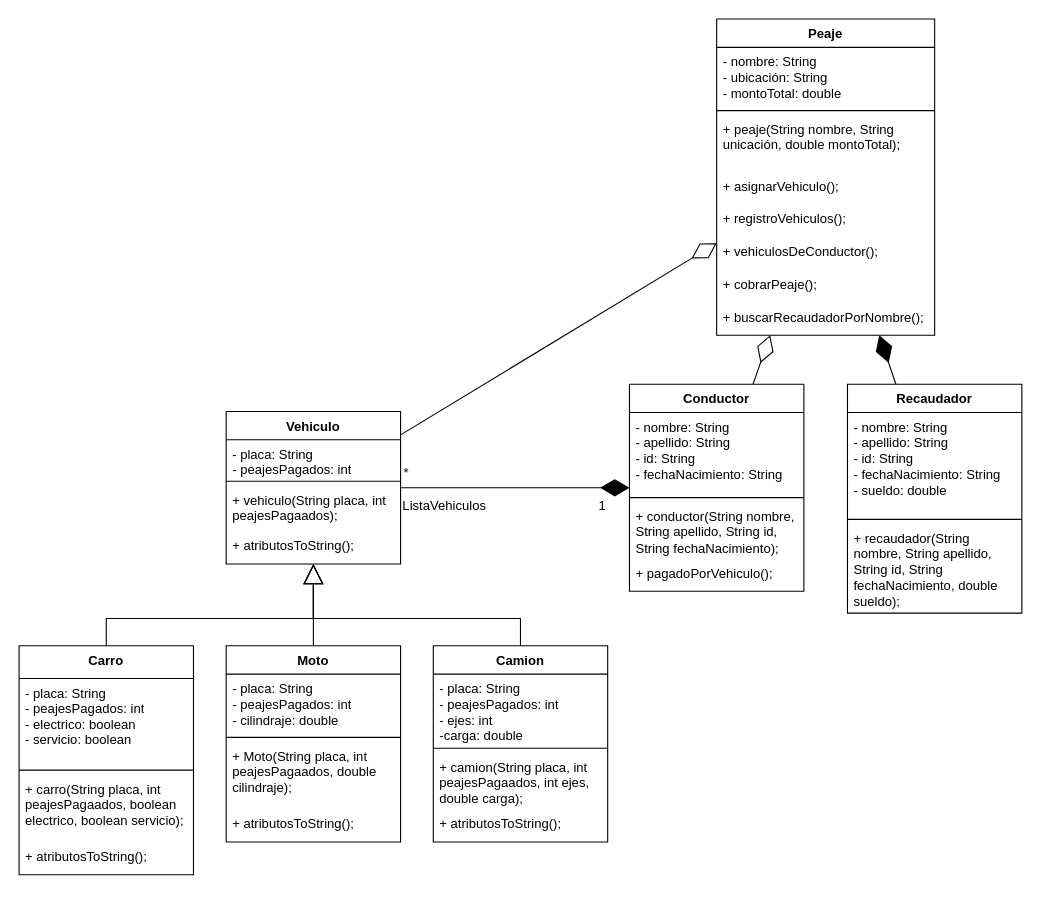
Earlier version of the draw.io diagram Modelo/DiagramaPeajes.drawio (juanjose2114/Preparcial-3). Source tidied: cells renumbered, new cells numbered last; positions are measured from the earlier drawing's top-left corner, leaving out a move shared by most shapes. Both pictures are drawn from the tidied source at 109%, with x=0, y=0 at pixel (19, 19).
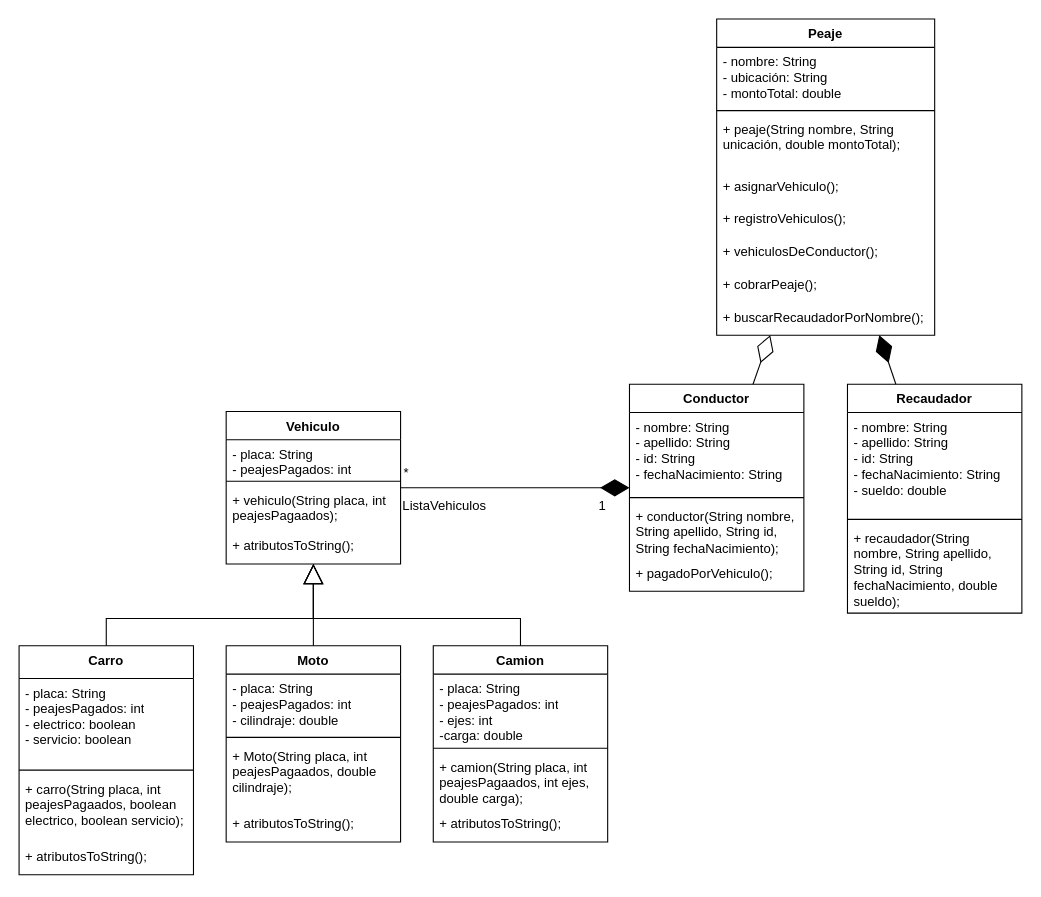
The same page after the edit.

The change refers to these unchanged cells:
```xml
<mxCell id="2" value="Peaje" style="swimlane;fontStyle=1;align=center;verticalAlign=top;horizontal=1;startSize=26;whiteSpace=wrap;html=1;" parent="1" vertex="1">
  <mxGeometry x="640" width="200" height="290" as="geometry" />
</mxCell>
<mxCell id="11" value="Vehiculo" style="swimlane;fontStyle=1;align=center;verticalAlign=top;horizontal=1;startSize=26;whiteSpace=wrap;html=1;" parent="1" vertex="1">
  <mxGeometry x="190" y="360" width="160" height="140" as="geometry" />
</mxCell>
```

Change to the diagram source:
```diff
@@
-    <mxCell id="49" style="endArrow=diamondThin;endFill=0;endSize=24;html=1;rounded=0;" parent="1" edge="1" source="11" target="2">
-      <mxGeometry relative="1" as="geometry" />
-    </mxCell>
```
